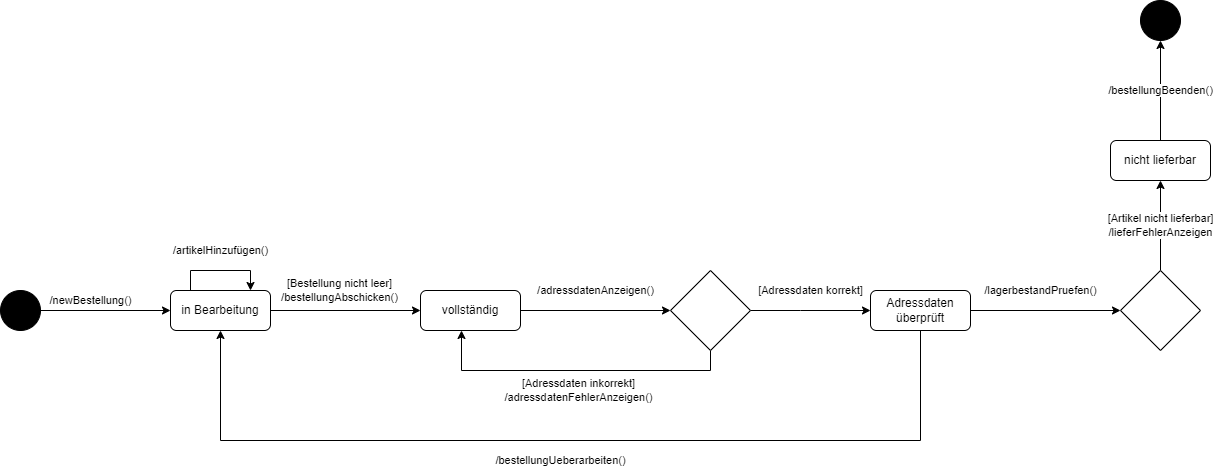
Above: Übung9/Uebung9.drawio.png in jahtzee/SE_WS21 (draw.io), before the change. Source tidied: cells renumbered, new cells last; positions are measured from the earlier drawing's top-left corner, leaving out a move shared by most shapes.
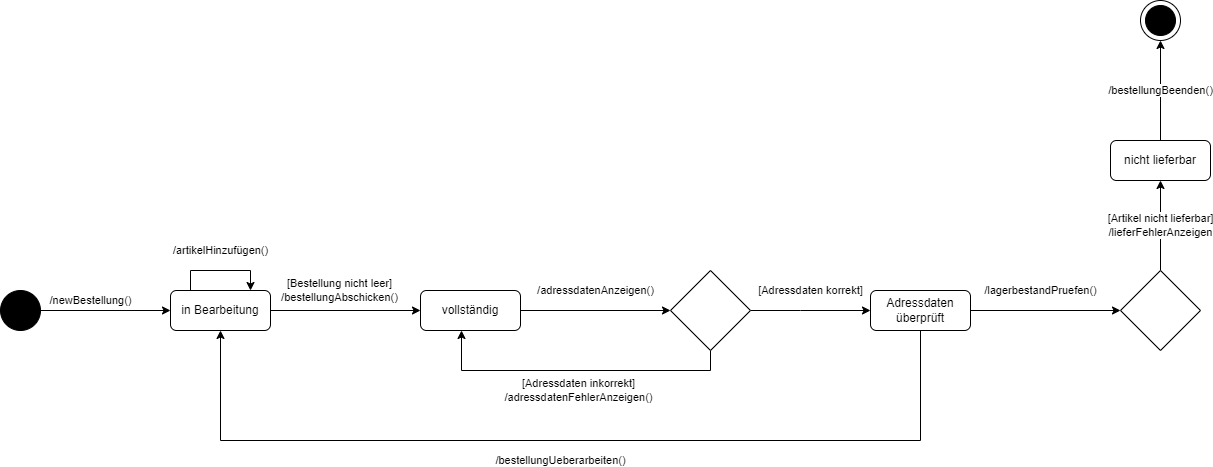
The same file after the commit.

What changed in the source:
```diff
@@ -67,14 +67,14 @@
     <mxCell id="16" style="rhombus;whiteSpace=wrap;html=1;" parent="1" vertex="1">
       <mxGeometry x="1120" y="270" width="80" height="80" as="geometry" />
     </mxCell>
-    <mxCell id="17" value="/bestellungBeenden()" style="edgeStyle=orthogonalEdgeStyle;rounded=0;jettySize=auto;html=1;" parent="1" edge="1" source="18" target="19">
+    <mxCell id="17" value="/bestellungBeenden()" style="edgeStyle=orthogonalEdgeStyle;rounded=0;jettySize=auto;html=1;" parent="1" edge="1" source="18" target="20">
       <mxGeometry relative="1" as="geometry" />
     </mxCell>
     <mxCell id="18" value="nicht lieferbar" style="shape=rect;rounded=1;html=1;whiteSpace=wrap;align=center;" parent="1" vertex="1">
       <mxGeometry x="1110" y="140" width="100" height="40" as="geometry" />
     </mxCell>
-    <mxCell id="19" style="shape=ellipse;html=1;fillColor=#000000;fontSize=18;fontColor=#ffffff;" parent="1" vertex="1">
-      <mxGeometry x="1140" width="40" height="40" as="geometry" />
-    </mxCell>
+    <mxCell id="20" style="shape=mxgraph.sysml.actFinal;html=1;verticalLabelPosition=bottom;labelBackgroundColor=#ffffff;verticalAlign=top;" parent="1" vertex="1">
+      <mxGeometry x="1140" width="40" height="40" as="geometry" />
+    </mxCell>
   </root>
 </mxGraphModel>
```
